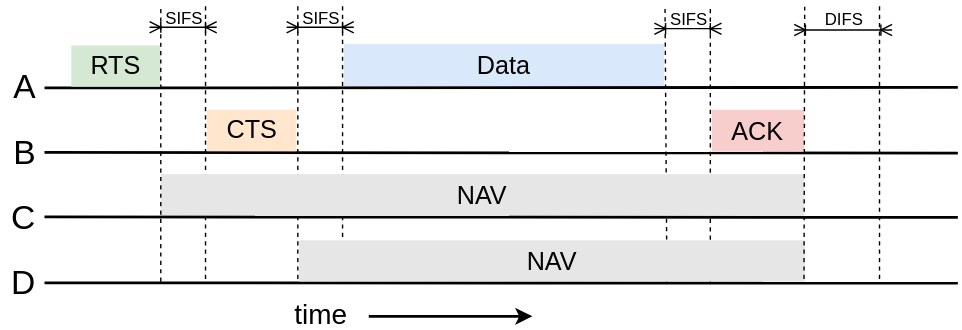
Above: thesis/pictures/virtual_carrier_sensing.svg in tangboshi/bachelor_thesis (draw.io), before the change. Source tidied: cells renumbered, new cells last; positions are measured from the earlier drawing's top-left corner, leaving out a move shared by most shapes. Source of this version:
```xml
<mxGraphModel background="#ffffff">
  <root>
    <mxCell id="0" />
    <mxCell id="1" parent="0" />
    <mxCell id="2" style="endArrow=none;dashed=1;html=1;shadow=0;labelBackgroundColor=none;strokeWidth=1;fontSize=18;fillColor=#f5f5f5;strokeColor=#000000;rounded=0;" parent="1" edge="1">
      <mxGeometry relative="1" as="geometry">
        <mxPoint x="146" y="199" as="sourcePoint" />
        <mxPoint x="146" y="2" as="targetPoint" />
      </mxGeometry>
    </mxCell>
    <mxCell id="3" style="endArrow=none;dashed=1;html=1;shadow=0;labelBackgroundColor=none;strokeWidth=1;fontSize=18;fillColor=#f5f5f5;strokeColor=#000000;rounded=0;" parent="1" edge="1">
      <mxGeometry relative="1" as="geometry">
        <mxPoint x="212" y="199" as="sourcePoint" />
        <mxPoint x="212" y="1" as="targetPoint" />
      </mxGeometry>
    </mxCell>
    <mxCell id="4" style="endArrow=none;dashed=1;html=1;shadow=0;labelBackgroundColor=none;strokeWidth=1;fontSize=18;fillColor=#f5f5f5;strokeColor=#000000;rounded=0;" parent="1" edge="1">
      <mxGeometry relative="1" as="geometry">
        <mxPoint x="507" y="201" as="sourcePoint" />
        <mxPoint x="507" y="5" as="targetPoint" />
      </mxGeometry>
    </mxCell>
    <mxCell id="5" style="endArrow=none;dashed=1;html=1;shadow=0;labelBackgroundColor=none;strokeWidth=1;fontSize=18;fillColor=#f5f5f5;strokeColor=#000000;rounded=0;entryX=0.092;entryY=0.11;entryPerimeter=0;exitX=0.727;exitY=1.006;exitPerimeter=0;" parent="1" edge="1" source="19" target="26">
      <mxGeometry relative="1" as="geometry" />
    </mxCell>
    <mxCell id="6" style="endArrow=none;dashed=1;html=1;shadow=0;labelBackgroundColor=none;strokeWidth=1;fontSize=18;fillColor=#f5f5f5;strokeColor=#000000;rounded=0;" parent="1" edge="1">
      <mxGeometry relative="1" as="geometry">
        <mxPoint x="244" y="199" as="sourcePoint" />
        <mxPoint x="244" y="3" as="targetPoint" />
      </mxGeometry>
    </mxCell>
    <mxCell id="7" value="NAV" style="rounded=0;whiteSpace=wrap;html=1;shadow=0;glass=0;comic=0;labelBackgroundColor=none;strokeColor=none;strokeWidth=2;fillColor=#E6E6E6;fontSize=18;" parent="1" vertex="1">
      <mxGeometry x="114" y="124" width="460" height="30" as="geometry" />
    </mxCell>
    <mxCell id="8" style="endArrow=none;html=1;shadow=0;labelBackgroundColor=none;strokeWidth=2;fontSize=18;" parent="1" edge="1">
      <mxGeometry relative="1" as="geometry">
        <mxPoint x="30.8" y="62.4" as="sourcePoint" />
        <mxPoint x="684" y="62" as="targetPoint" />
      </mxGeometry>
    </mxCell>
    <mxCell id="9" style="endArrow=none;html=1;shadow=0;labelBackgroundColor=none;strokeWidth=2;fontSize=18;" parent="1" edge="1">
      <mxGeometry relative="1" as="geometry">
        <mxPoint x="30.8" y="108.5" as="sourcePoint" />
        <mxPoint x="684" y="109" as="targetPoint" />
      </mxGeometry>
    </mxCell>
    <mxCell id="10" style="endArrow=none;html=1;shadow=0;labelBackgroundColor=none;strokeWidth=2;fontSize=18;" parent="1" edge="1">
      <mxGeometry relative="1" as="geometry">
        <mxPoint x="30.8" y="154.7" as="sourcePoint" />
        <mxPoint x="684" y="155" as="targetPoint" />
      </mxGeometry>
    </mxCell>
    <mxCell id="11" style="endArrow=none;html=1;shadow=0;labelBackgroundColor=none;strokeWidth=2;fontSize=18;" parent="1" edge="1">
      <mxGeometry relative="1" as="geometry">
        <mxPoint x="30.8" y="201.7" as="sourcePoint" />
        <mxPoint x="684" y="202" as="targetPoint" />
      </mxGeometry>
    </mxCell>
    <mxCell id="12" value="&lt;font style=&quot;font-size: 24px&quot;&gt;A&lt;/font&gt;" style="text;html=1;strokeColor=none;fillColor=none;align=center;verticalAlign=middle;whiteSpace=wrap;rounded=1;shadow=0;glass=0;comic=0;labelBackgroundColor=none;fontSize=18;" parent="1" vertex="1">
      <mxGeometry y="51.3" width="31.9" height="18.5" as="geometry" />
    </mxCell>
    <mxCell id="13" value="&lt;font style=&quot;font-size: 24px&quot;&gt;B&lt;/font&gt;" style="text;html=1;strokeColor=none;fillColor=none;align=center;verticalAlign=middle;whiteSpace=wrap;rounded=1;shadow=0;glass=0;comic=0;labelBackgroundColor=none;fontSize=20;" parent="1" vertex="1">
      <mxGeometry y="98.4" width="31.9" height="18.5" as="geometry" />
    </mxCell>
    <mxCell id="14" value="&lt;font style=&quot;font-size: 24px&quot;&gt;C&lt;/font&gt;" style="text;html=1;strokeColor=none;fillColor=none;align=center;verticalAlign=middle;whiteSpace=wrap;rounded=1;shadow=0;glass=0;comic=0;labelBackgroundColor=none;fontSize=18;" parent="1" vertex="1">
      <mxGeometry y="145.4" width="31.9" height="18.5" as="geometry" />
    </mxCell>
    <mxCell id="15" value="&lt;font style=&quot;font-size: 24px&quot;&gt;D&lt;/font&gt;" style="text;html=1;strokeColor=none;fillColor=none;align=center;verticalAlign=middle;whiteSpace=wrap;rounded=1;shadow=0;glass=0;comic=0;labelBackgroundColor=none;fontSize=18;" parent="1" vertex="1">
      <mxGeometry y="191.6" width="31.9" height="18.5" as="geometry" />
    </mxCell>
    <mxCell id="16" value="RTS" style="rounded=0;whiteSpace=wrap;html=1;shadow=0;glass=0;comic=0;labelBackgroundColor=none;strokeColor=none;strokeWidth=2;fillColor=#d5e8d4;fontSize=18;" parent="1" vertex="1">
      <mxGeometry x="50" y="32" width="63.8" height="29.5" as="geometry" />
    </mxCell>
    <mxCell id="17" value="CTS" style="rounded=0;whiteSpace=wrap;html=1;shadow=0;glass=0;comic=0;labelBackgroundColor=none;strokeColor=none;strokeWidth=2;fillColor=#ffe6cc;fontSize=18;" parent="1" vertex="1">
      <mxGeometry x="147.1" y="78.1" width="63.8" height="29.5" as="geometry" />
    </mxCell>
    <mxCell id="18" value="Data" style="rounded=0;whiteSpace=wrap;html=1;shadow=0;glass=0;comic=0;labelBackgroundColor=none;strokeColor=none;strokeWidth=2;fillColor=#dae8fc;fontSize=18;" parent="1" vertex="1">
      <mxGeometry x="245" y="31" width="229" height="30" as="geometry" />
    </mxCell>
    <mxCell id="19" value="NAV" style="rounded=0;whiteSpace=wrap;html=1;shadow=0;glass=0;comic=0;labelBackgroundColor=none;strokeColor=none;strokeWidth=2;fillColor=#E6E6E6;fontSize=18;" parent="1" vertex="1">
      <mxGeometry x="212.9" y="171.3" width="361.7" height="29.5" as="geometry" />
    </mxCell>
    <mxCell id="20" value="ACK" style="rounded=0;whiteSpace=wrap;html=1;shadow=0;glass=0;comic=0;labelBackgroundColor=none;strokeColor=none;strokeWidth=2;fillColor=#f8cecc;fontSize=18;" parent="1" vertex="1">
      <mxGeometry x="508" y="78" width="66" height="30" as="geometry" />
    </mxCell>
    <mxCell id="21" value="&lt;font style=&quot;font-size: 20px&quot;&gt;time&lt;/font&gt;" style="text;html=1;align=left;verticalAlign=top;spacingTop=-4;" parent="1" vertex="1">
      <mxGeometry x="208.5" y="210" width="50" height="20" as="geometry" />
    </mxCell>
    <mxCell id="22" style="endArrow=classic;html=1;shadow=0;labelBackgroundColor=none;strokeColor=#000000;strokeWidth=2;fontSize=18;" parent="1" edge="1">
      <mxGeometry relative="1" as="geometry">
        <mxPoint x="262.7" y="225.7" as="sourcePoint" />
        <mxPoint x="379.8" y="225.7" as="targetPoint" />
      </mxGeometry>
    </mxCell>
    <mxCell id="23" value="&lt;font style=&quot;font-size: 12px&quot;&gt;SIFS&lt;/font&gt;" style="text;html=1;strokeColor=none;fillColor=none;align=center;verticalAlign=middle;whiteSpace=wrap;rounded=1;shadow=0;glass=0;comic=0;labelBackgroundColor=none;fontSize=18;rotation=0;" parent="1" vertex="1">
      <mxGeometry x="208" width="40" height="20" as="geometry" />
    </mxCell>
    <mxCell id="24" style="endArrow=ERoneToMany;startArrow=ERoneToMany;html=1;shadow=0;labelBackgroundColor=none;strokeColor=#000000;strokeWidth=1;fontSize=18;startFill=0;endFill=0;" parent="1" edge="1">
      <mxGeometry relative="1" as="geometry">
        <mxPoint x="204" y="19" as="sourcePoint" />
        <mxPoint x="252" y="19" as="targetPoint" />
      </mxGeometry>
    </mxCell>
    <mxCell id="25" style="endArrow=ERoneToMany;startArrow=ERoneToMany;html=1;shadow=0;labelBackgroundColor=none;strokeColor=#000000;strokeWidth=1;fontSize=18;startFill=0;endFill=0;" parent="1" edge="1">
      <mxGeometry relative="1" as="geometry">
        <mxPoint x="467" y="20" as="sourcePoint" />
        <mxPoint x="515" y="20" as="targetPoint" />
      </mxGeometry>
    </mxCell>
    <mxCell id="26" value="&lt;font style=&quot;font-size: 12px&quot;&gt;SIFS&lt;/font&gt;" style="text;html=1;strokeColor=none;fillColor=none;align=center;verticalAlign=middle;whiteSpace=wrap;rounded=1;shadow=0;glass=0;comic=0;labelBackgroundColor=none;fontSize=18;rotation=0;" parent="1" vertex="1">
      <mxGeometry x="471" y="1" width="40" height="20" as="geometry" />
    </mxCell>
    <mxCell id="27" style="endArrow=ERoneToMany;startArrow=ERoneToMany;html=1;shadow=0;labelBackgroundColor=none;strokeColor=#000000;strokeWidth=1;fontSize=18;startFill=0;endFill=0;" parent="1" edge="1">
      <mxGeometry relative="1" as="geometry">
        <mxPoint x="567" y="21" as="sourcePoint" />
        <mxPoint x="637" y="21" as="targetPoint" />
      </mxGeometry>
    </mxCell>
    <mxCell id="28" style="endArrow=none;dashed=1;html=1;shadow=0;labelBackgroundColor=none;strokeWidth=1;fontSize=18;fillColor=#f5f5f5;strokeColor=#000000;rounded=0;entryX=0.092;entryY=0.11;entryPerimeter=0;" parent="1" edge="1">
      <mxGeometry relative="1" as="geometry">
        <mxPoint x="574" y="199" as="sourcePoint" />
        <mxPoint x="574.5" y="4.3" as="targetPoint" />
      </mxGeometry>
    </mxCell>
    <mxCell id="29" style="endArrow=none;dashed=1;html=1;shadow=0;labelBackgroundColor=none;strokeWidth=1;fontSize=18;fillColor=#f5f5f5;strokeColor=#000000;rounded=0;" parent="1" edge="1">
      <mxGeometry relative="1" as="geometry">
        <mxPoint x="628" y="199" as="sourcePoint" />
        <mxPoint x="628" y="4" as="targetPoint" />
      </mxGeometry>
    </mxCell>
    <mxCell id="30" value="&lt;font style=&quot;font-size: 12px&quot;&gt;DIFS&lt;/font&gt;" style="text;html=1;strokeColor=none;fillColor=none;align=center;verticalAlign=middle;whiteSpace=wrap;rounded=1;shadow=0;glass=0;comic=0;labelBackgroundColor=none;fontSize=18;rotation=0;" parent="1" vertex="1">
      <mxGeometry x="583" y="1" width="40" height="20" as="geometry" />
    </mxCell>
    <mxCell id="31" style="endArrow=ERoneToMany;startArrow=ERoneToMany;html=1;shadow=0;labelBackgroundColor=none;strokeColor=#000000;strokeWidth=1;fontSize=18;startFill=0;endFill=0;" parent="1" edge="1">
      <mxGeometry relative="1" as="geometry">
        <mxPoint x="106" y="19" as="sourcePoint" />
        <mxPoint x="154" y="19" as="targetPoint" />
      </mxGeometry>
    </mxCell>
    <mxCell id="32" value="&lt;font style=&quot;font-size: 12px&quot;&gt;SIFS&lt;/font&gt;" style="text;html=1;strokeColor=none;fillColor=none;align=center;verticalAlign=middle;whiteSpace=wrap;rounded=1;shadow=0;glass=0;comic=0;labelBackgroundColor=none;fontSize=18;rotation=0;" parent="1" vertex="1">
      <mxGeometry x="110" width="40" height="20" as="geometry" />
    </mxCell>
    <mxCell id="33" style="endArrow=none;dashed=1;html=1;shadow=0;labelBackgroundColor=none;strokeWidth=1;fontSize=18;fillColor=#f5f5f5;strokeColor=#000000;rounded=0;" parent="1" edge="1">
      <mxGeometry relative="1" as="geometry">
        <mxPoint x="114" y="201" as="sourcePoint" />
        <mxPoint x="114" y="3" as="targetPoint" />
      </mxGeometry>
    </mxCell>
  </root>
</mxGraphModel>
```
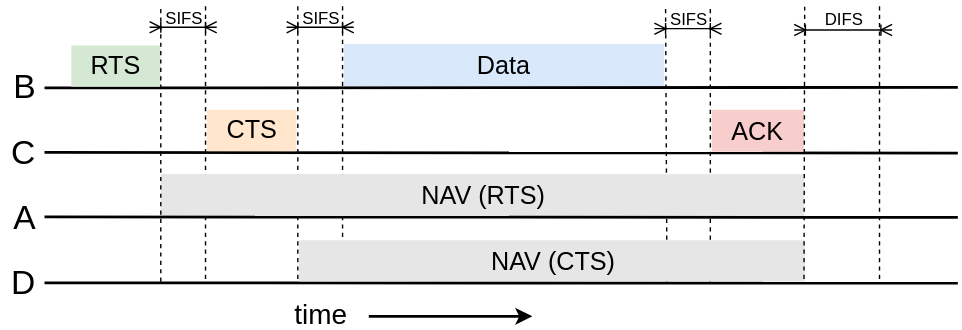
After the change.

The edit, as a diff of the source:
```diff
@@ -29,7 +29,7 @@
         <mxPoint x="244" y="3" as="targetPoint" />
       </mxGeometry>
     </mxCell>
-    <mxCell id="7" value="NAV" style="rounded=0;whiteSpace=wrap;html=1;shadow=0;glass=0;comic=0;labelBackgroundColor=none;strokeColor=none;strokeWidth=2;fillColor=#E6E6E6;fontSize=18;" parent="1" vertex="1">
+    <mxCell id="7" value="NAV (RTS)" style="rounded=0;whiteSpace=wrap;html=1;shadow=0;glass=0;comic=0;labelBackgroundColor=none;strokeColor=none;strokeWidth=2;fillColor=#E6E6E6;fontSize=18;" parent="1" vertex="1">
       <mxGeometry x="114" y="124" width="460" height="30" as="geometry" />
     </mxCell>
     <mxCell id="8" style="endArrow=none;html=1;shadow=0;labelBackgroundColor=none;strokeWidth=2;fontSize=18;" parent="1" edge="1">
@@ -56,13 +56,13 @@
         <mxPoint x="684" y="202" as="targetPoint" />
       </mxGeometry>
     </mxCell>
-    <mxCell id="12" value="&lt;font style=&quot;font-size: 24px&quot;&gt;A&lt;/font&gt;" style="text;html=1;strokeColor=none;fillColor=none;align=center;verticalAlign=middle;whiteSpace=wrap;rounded=1;shadow=0;glass=0;comic=0;labelBackgroundColor=none;fontSize=18;" parent="1" vertex="1">
+    <mxCell id="12" value="&lt;font style=&quot;font-size: 24px&quot;&gt;B&lt;/font&gt;" style="text;html=1;strokeColor=none;fillColor=none;align=center;verticalAlign=middle;whiteSpace=wrap;rounded=1;shadow=0;glass=0;comic=0;labelBackgroundColor=none;fontSize=18;" parent="1" vertex="1">
       <mxGeometry y="51.3" width="31.9" height="18.5" as="geometry" />
     </mxCell>
-    <mxCell id="13" value="&lt;font style=&quot;font-size: 24px&quot;&gt;B&lt;/font&gt;" style="text;html=1;strokeColor=none;fillColor=none;align=center;verticalAlign=middle;whiteSpace=wrap;rounded=1;shadow=0;glass=0;comic=0;labelBackgroundColor=none;fontSize=20;" parent="1" vertex="1">
+    <mxCell id="13" value="&lt;font style=&quot;font-size: 24px&quot;&gt;C&lt;/font&gt;" style="text;html=1;strokeColor=none;fillColor=none;align=center;verticalAlign=middle;whiteSpace=wrap;rounded=1;shadow=0;glass=0;comic=0;labelBackgroundColor=none;fontSize=20;" parent="1" vertex="1">
       <mxGeometry y="98.4" width="31.9" height="18.5" as="geometry" />
     </mxCell>
-    <mxCell id="14" value="&lt;font style=&quot;font-size: 24px&quot;&gt;C&lt;/font&gt;" style="text;html=1;strokeColor=none;fillColor=none;align=center;verticalAlign=middle;whiteSpace=wrap;rounded=1;shadow=0;glass=0;comic=0;labelBackgroundColor=none;fontSize=18;" parent="1" vertex="1">
+    <mxCell id="14" value="&lt;font style=&quot;font-size: 24px&quot;&gt;A&lt;/font&gt;" style="text;html=1;strokeColor=none;fillColor=none;align=center;verticalAlign=middle;whiteSpace=wrap;rounded=1;shadow=0;glass=0;comic=0;labelBackgroundColor=none;fontSize=18;" parent="1" vertex="1">
       <mxGeometry y="145.4" width="31.9" height="18.5" as="geometry" />
     </mxCell>
     <mxCell id="15" value="&lt;font style=&quot;font-size: 24px&quot;&gt;D&lt;/font&gt;" style="text;html=1;strokeColor=none;fillColor=none;align=center;verticalAlign=middle;whiteSpace=wrap;rounded=1;shadow=0;glass=0;comic=0;labelBackgroundColor=none;fontSize=18;" parent="1" vertex="1">
@@ -77,7 +77,7 @@
     <mxCell id="18" value="Data" style="rounded=0;whiteSpace=wrap;html=1;shadow=0;glass=0;comic=0;labelBackgroundColor=none;strokeColor=none;strokeWidth=2;fillColor=#dae8fc;fontSize=18;" parent="1" vertex="1">
       <mxGeometry x="245" y="31" width="229" height="30" as="geometry" />
     </mxCell>
-    <mxCell id="19" value="NAV" style="rounded=0;whiteSpace=wrap;html=1;shadow=0;glass=0;comic=0;labelBackgroundColor=none;strokeColor=none;strokeWidth=2;fillColor=#E6E6E6;fontSize=18;" parent="1" vertex="1">
+    <mxCell id="19" value="NAV (CTS)" style="rounded=0;whiteSpace=wrap;html=1;shadow=0;glass=0;comic=0;labelBackgroundColor=none;strokeColor=none;strokeWidth=2;fillColor=#E6E6E6;fontSize=18;" parent="1" vertex="1">
       <mxGeometry x="212.9" y="171.3" width="361.7" height="29.5" as="geometry" />
     </mxCell>
     <mxCell id="20" value="ACK" style="rounded=0;whiteSpace=wrap;html=1;shadow=0;glass=0;comic=0;labelBackgroundColor=none;strokeColor=none;strokeWidth=2;fillColor=#f8cecc;fontSize=18;" parent="1" vertex="1">
```
